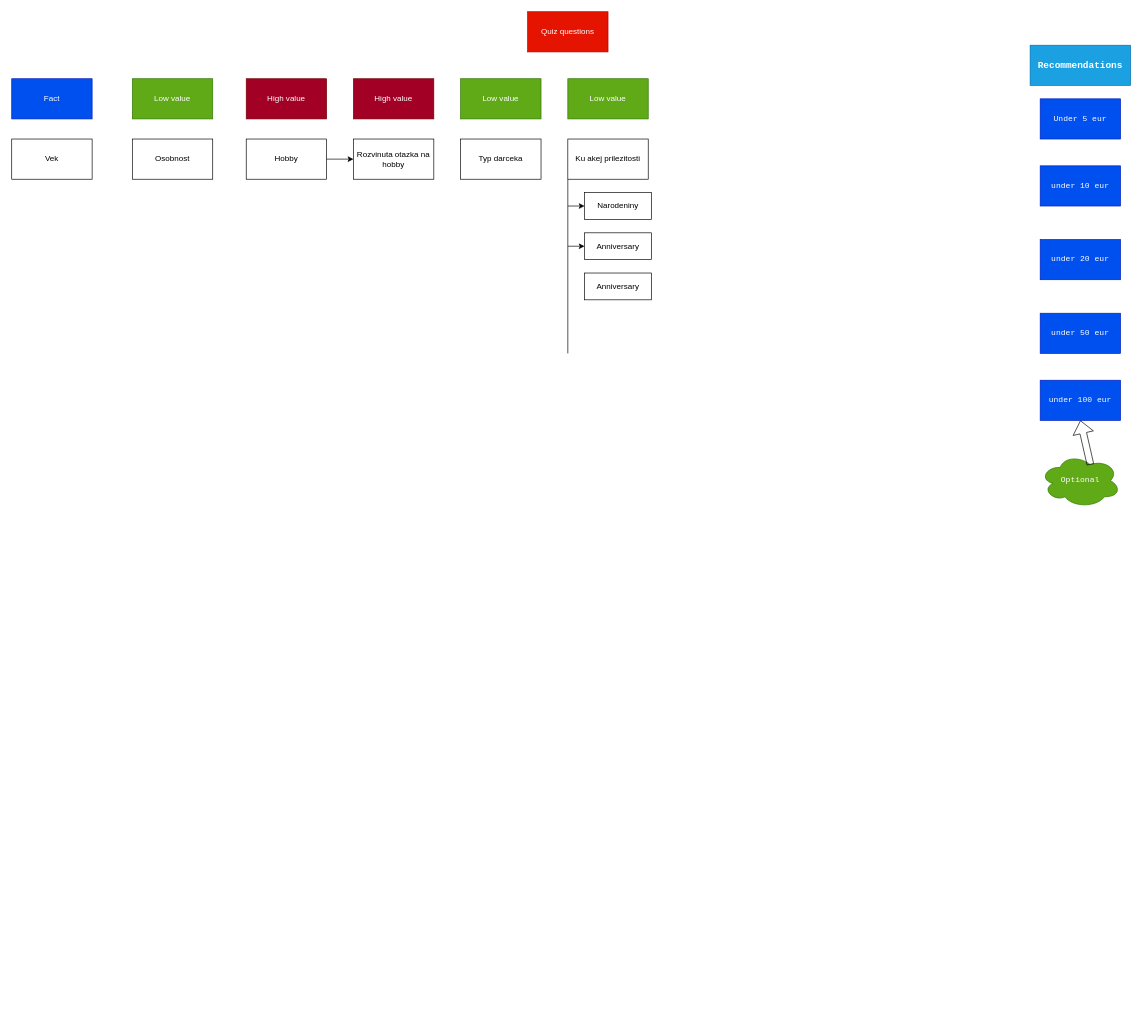
Earlier version of the draw.io diagram quiz-model.drawio (smravec/presents-finder). Source tidied: cells renumbered, new cells numbered last; positions are measured from the earlier drawing's top-left corner, leaving out a move shared by most shapes. Both pictures are drawn from the tidied source at 67%, with x=0, y=0 at pixel (11, 11).
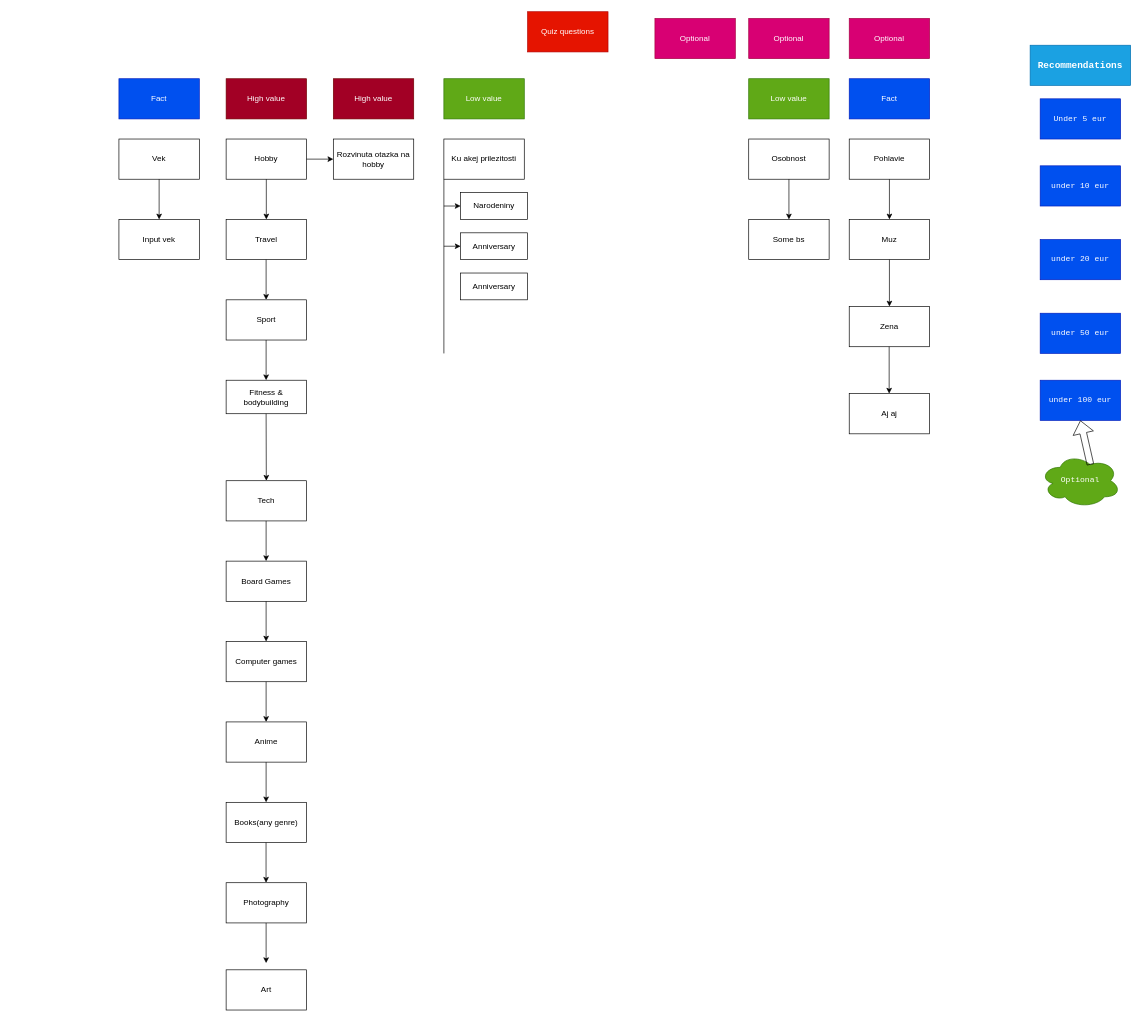
The same page after the edit.

The edit, as a diff of the source:
```diff
@@
     <mxCell id="11" value="Vek" style="rounded=0;whiteSpace=wrap;html=1;fontFamily=Helvetica;" parent="1" vertex="1">
-      <mxGeometry y="190" width="120" height="60" as="geometry" />
+      <mxGeometry x="160" y="190" width="120" height="60" as="geometry" />
     </mxCell>
     <mxCell id="12" value="Osobnost" style="rounded=0;whiteSpace=wrap;html=1;fontFamily=Helvetica;" parent="1" vertex="1">
-      <mxGeometry x="180" y="190" width="120" height="60" as="geometry" />
+      <mxGeometry x="1100" y="190" width="120" height="60" as="geometry" />
     </mxCell>
     <mxCell id="13" value="Hobby" style="rounded=0;whiteSpace=wrap;html=1;fontFamily=Helvetica;" parent="1" vertex="1">
-      <mxGeometry x="350" y="190" width="120" height="60" as="geometry" />
+      <mxGeometry x="320" y="190" width="120" height="60" as="geometry" />
     </mxCell>
     <mxCell id="14" value="Rozvinuta otazka na hobby" style="rounded=0;whiteSpace=wrap;html=1;fontFamily=Helvetica;" parent="1" vertex="1">
-      <mxGeometry x="510" y="190" width="120" height="60" as="geometry" />
+      <mxGeometry x="480" y="190" width="120" height="60" as="geometry" />
     </mxCell>
     <mxCell id="15" value="Fact" style="rounded=0;whiteSpace=wrap;html=1;fontFamily=Helvetica;fillColor=#0050ef;fontColor=#ffffff;strokeColor=#001DBC;" parent="1" vertex="1">
-      <mxGeometry y="100" width="120" height="60" as="geometry" />
+      <mxGeometry x="160" y="100" width="120" height="60" as="geometry" />
     </mxCell>
     <mxCell id="16" value="Low value" style="rounded=0;whiteSpace=wrap;html=1;fontFamily=Helvetica;fillColor=#60a917;fontColor=#ffffff;strokeColor=#2D7600;" parent="1" vertex="1">
-      <mxGeometry x="180" y="100" width="120" height="60" as="geometry" />
+      <mxGeometry x="1100" y="100" width="120" height="60" as="geometry" />
     </mxCell>
     <mxCell id="17" value="Ku akej prilezitosti" style="rounded=0;whiteSpace=wrap;html=1;fontFamily=Helvetica;" parent="1" vertex="1">
-      <mxGeometry x="830" y="190" width="120" height="60" as="geometry" />
+      <mxGeometry x="645" y="190" width="120" height="60" as="geometry" />
     </mxCell>
     <mxCell id="18" style="endArrow=none;html=1;fontFamily=Helvetica;entryX=0;entryY=1;entryDx=0;entryDy=0;" parent="1" edge="1" target="17">
       <mxGeometry relative="1" as="geometry">
-        <mxPoint x="830" y="390" as="sourcePoint" />
+        <mxPoint x="645" y="390" as="sourcePoint" />
       </mxGeometry>
     </mxCell>
     <mxCell id="19" style="endArrow=classic;html=1;fontFamily=Helvetica;" parent="1" edge="1">
       <mxGeometry relative="1" as="geometry">
-        <mxPoint x="830" y="290" as="sourcePoint" />
-        <mxPoint x="855" y="290" as="targetPoint" />
+        <mxPoint x="645" y="290" as="sourcePoint" />
+        <mxPoint x="670" y="290" as="targetPoint" />
       </mxGeometry>
     </mxCell>
     <mxCell id="20" value="Narodeniny" style="rounded=0;whiteSpace=wrap;html=1;fontFamily=Helvetica;" parent="1" vertex="1">
-      <mxGeometry x="855" y="270" width="100" height="40" as="geometry" />
+      <mxGeometry x="670" y="270" width="100" height="40" as="geometry" />
     </mxCell>
     <mxCell id="21" style="endArrow=classic;html=1;fontFamily=Helvetica;" parent="1" edge="1">
       <mxGeometry relative="1" as="geometry">
-        <mxPoint x="830" y="350" as="sourcePoint" />
-        <mxPoint x="855" y="350" as="targetPoint" />
+        <mxPoint x="645" y="350" as="sourcePoint" />
+        <mxPoint x="670" y="350" as="targetPoint" />
       </mxGeometry>
     </mxCell>
     <mxCell id="22" value="Anniversary" style="rounded=0;whiteSpace=wrap;html=1;fontFamily=Helvetica;" parent="1" vertex="1">
-      <mxGeometry x="855" y="330" width="100" height="40" as="geometry" />
+      <mxGeometry x="670" y="330" width="100" height="40" as="geometry" />
     </mxCell>
     <mxCell id="23" value="Anniversary" style="rounded=0;whiteSpace=wrap;html=1;fontFamily=Helvetica;" parent="1" vertex="1">
-      <mxGeometry x="855" y="390" width="100" height="40" as="geometry" />
+      <mxGeometry x="670" y="390" width="100" height="40" as="geometry" />
     </mxCell>
     <mxCell id="24" style="endArrow=none;html=1;fontFamily=Helvetica;" parent="1" edge="1">
       <mxGeometry relative="1" as="geometry">
-        <mxPoint x="830" y="510" as="sourcePoint" />
-        <mxPoint x="830" y="390" as="targetPoint" />
+        <mxPoint x="645" y="510" as="sourcePoint" />
+        <mxPoint x="645" y="390" as="targetPoint" />
       </mxGeometry>
     </mxCell>
-    <mxCell id="25" value="Typ darceka" style="rounded=0;whiteSpace=wrap;html=1;fontFamily=Helvetica;" parent="1" vertex="1">
-      <mxGeometry x="670" y="190" width="120" height="60" as="geometry" />
-    </mxCell>
@@
     <mxCell id="27" value="Low value" style="rounded=0;whiteSpace=wrap;html=1;fontFamily=Helvetica;fillColor=#60a917;fontColor=#ffffff;strokeColor=#2D7600;" parent="1" vertex="1">
-      <mxGeometry x="830" y="100" width="120" height="60" as="geometry" />
+      <mxGeometry x="645" y="100" width="120" height="60" as="geometry" />
     </mxCell>
-    <mxCell id="28" value="Low value" style="rounded=0;whiteSpace=wrap;html=1;fontFamily=Helvetica;fillColor=#60a917;fontColor=#ffffff;strokeColor=#2D7600;" parent="1" vertex="1">
-      <mxGeometry x="670" y="100" width="120" height="60" as="geometry" />
-    </mxCell>
     <mxCell id="29" value="High value" style="rounded=0;whiteSpace=wrap;html=1;fontFamily=Helvetica;fillColor=#a20025;fontColor=#ffffff;strokeColor=#6F0000;" parent="1" vertex="1">
-      <mxGeometry x="350" y="100" width="120" height="60" as="geometry" />
+      <mxGeometry x="320" y="100" width="120" height="60" as="geometry" />
     </mxCell>
     <mxCell id="30" value="High value" style="rounded=0;whiteSpace=wrap;html=1;fontFamily=Helvetica;fillColor=#a20025;fontColor=#ffffff;strokeColor=#6F0000;" parent="1" vertex="1">
-      <mxGeometry x="510" y="100" width="120" height="60" as="geometry" />
+      <mxGeometry x="480" y="100" width="120" height="60" as="geometry" />
     </mxCell>
+    <mxCell id="31" value="Pohlavie" style="rounded=0;whiteSpace=wrap;html=1;fontFamily=Helvetica;" parent="1" vertex="1">
+      <mxGeometry x="1250" y="190" width="120" height="60" as="geometry" />
+    </mxCell>
+    <mxCell id="32" value="Fact" style="rounded=0;whiteSpace=wrap;html=1;fontFamily=Helvetica;fillColor=#0050ef;fontColor=#ffffff;strokeColor=#001DBC;" parent="1" vertex="1">
+      <mxGeometry x="1250" y="100" width="120" height="60" as="geometry" />
+    </mxCell>
+    <mxCell id="33" style="endArrow=classic;html=1;fontFamily=Helvetica;exitX=0.5;exitY=1;exitDx=0;exitDy=0;" parent="1" edge="1" source="31">
+      <mxGeometry relative="1" as="geometry">
+        <mxPoint x="1310" y="310" as="targetPoint" />
+      </mxGeometry>
+    </mxCell>
+    <mxCell id="34" value="Muz" style="rounded=0;whiteSpace=wrap;html=1;fontFamily=Helvetica;" parent="1" vertex="1">
+      <mxGeometry x="1250" y="310" width="120" height="60" as="geometry" />
+    </mxCell>
+    <mxCell id="35" style="endArrow=classic;html=1;fontFamily=Helvetica;exitX=0.5;exitY=1;exitDx=0;exitDy=0;" parent="1" edge="1" source="34">
+      <mxGeometry relative="1" as="geometry">
+        <mxPoint x="1310" y="440" as="targetPoint" />
+      </mxGeometry>
+    </mxCell>
+    <mxCell id="36" value="Zena" style="rounded=0;whiteSpace=wrap;html=1;fontFamily=Helvetica;" parent="1" vertex="1">
+      <mxGeometry x="1250" y="440" width="120" height="60" as="geometry" />
+    </mxCell>
+    <mxCell id="37" style="endArrow=classic;html=1;fontFamily=Helvetica;exitX=0.5;exitY=1;exitDx=0;exitDy=0;" parent="1" edge="1">
+      <mxGeometry relative="1" as="geometry">
+        <mxPoint x="1309.6" y="500" as="sourcePoint" />
+        <mxPoint x="1309.6" y="570" as="targetPoint" />
+      </mxGeometry>
+    </mxCell>
+    <mxCell id="38" value="Aj aj" style="rounded=0;whiteSpace=wrap;html=1;fontFamily=Helvetica;" parent="1" vertex="1">
+      <mxGeometry x="1250" y="570" width="120" height="60" as="geometry" />
+    </mxCell>
+    <mxCell id="39" style="endArrow=classic;html=1;fontFamily=Helvetica;exitX=0.5;exitY=1;exitDx=0;exitDy=0;" parent="1" edge="1" source="11">
+      <mxGeometry relative="1" as="geometry">
+        <mxPoint x="220" y="310" as="targetPoint" />
+      </mxGeometry>
+    </mxCell>
+    <mxCell id="40" value="Input vek" style="rounded=0;whiteSpace=wrap;html=1;fontFamily=Helvetica;" parent="1" vertex="1">
+      <mxGeometry x="160" y="310" width="120" height="60" as="geometry" />
+    </mxCell>
+    <mxCell id="41" value="Some bs" style="rounded=0;whiteSpace=wrap;html=1;fontFamily=Helvetica;" parent="1" vertex="1">
+      <mxGeometry x="1100" y="310" width="120" height="60" as="geometry" />
+    </mxCell>
+    <mxCell id="42" style="endArrow=classic;html=1;fontFamily=Helvetica;exitX=0.5;exitY=1;exitDx=0;exitDy=0;entryX=0.5;entryY=0;entryDx=0;entryDy=0;" parent="1" edge="1" source="12" target="41">
+      <mxGeometry relative="1" as="geometry" />
+    </mxCell>
+    <mxCell id="43" value="Optional" style="rounded=0;whiteSpace=wrap;html=1;fontFamily=Helvetica;fillColor=#d80073;fontColor=#ffffff;strokeColor=#A50040;" parent="1" vertex="1">
+      <mxGeometry x="1100" y="10" width="120" height="60" as="geometry" />
+    </mxCell>
+    <mxCell id="44" value="Optional" style="rounded=0;whiteSpace=wrap;html=1;fontFamily=Helvetica;fillColor=#d80073;fontColor=#ffffff;strokeColor=#A50040;" parent="1" vertex="1">
+      <mxGeometry x="960" y="10" width="120" height="60" as="geometry" />
+    </mxCell>
+    <mxCell id="45" value="Optional" style="rounded=0;whiteSpace=wrap;html=1;fontFamily=Helvetica;fillColor=#d80073;fontColor=#ffffff;strokeColor=#A50040;" parent="1" vertex="1">
+      <mxGeometry x="1250" y="10" width="120" height="60" as="geometry" />
+    </mxCell>
+    <mxCell id="46" style="endArrow=classic;html=1;exitX=0.5;exitY=1;exitDx=0;exitDy=0;" parent="1" edge="1" source="13">
+      <mxGeometry relative="1" as="geometry">
+        <mxPoint x="380" y="310" as="targetPoint" />
+      </mxGeometry>
+    </mxCell>
+    <mxCell id="47" value="Travel" style="rounded=0;whiteSpace=wrap;html=1;" parent="1" vertex="1">
+      <mxGeometry x="320" y="310" width="120" height="60" as="geometry" />
+    </mxCell>
+    <mxCell id="48" style="endArrow=classic;html=1;exitX=0.5;exitY=1;exitDx=0;exitDy=0;" parent="1" edge="1">
+      <mxGeometry relative="1" as="geometry">
+        <mxPoint x="379.7" y="370" as="sourcePoint" />
+        <mxPoint x="379.7" y="430" as="targetPoint" />
+      </mxGeometry>
+    </mxCell>
+    <mxCell id="49" value="Sport" style="rounded=0;whiteSpace=wrap;html=1;" parent="1" vertex="1">
+      <mxGeometry x="320" y="430" width="120" height="60" as="geometry" />
+    </mxCell>
+    <mxCell id="50" style="endArrow=classic;html=1;exitX=0.5;exitY=1;exitDx=0;exitDy=0;" parent="1" edge="1">
+      <mxGeometry relative="1" as="geometry">
+        <mxPoint x="379.7" y="490" as="sourcePoint" />
+        <mxPoint x="379.7" y="550" as="targetPoint" />
+      </mxGeometry>
+    </mxCell>
+    <mxCell id="51" value="Tech" style="rounded=0;whiteSpace=wrap;html=1;" parent="1" vertex="1">
+      <mxGeometry x="320" y="700" width="120" height="60" as="geometry" />
+    </mxCell>
+    <mxCell id="52" style="endArrow=classic;html=1;exitX=0.5;exitY=1;exitDx=0;exitDy=0;" parent="1" edge="1">
+      <mxGeometry relative="1" as="geometry">
+        <mxPoint x="379.7" y="760" as="sourcePoint" />
+        <mxPoint x="379.7" y="820" as="targetPoint" />
+      </mxGeometry>
+    </mxCell>
+    <mxCell id="53" value="Board Games" style="rounded=0;whiteSpace=wrap;html=1;" parent="1" vertex="1">
+      <mxGeometry x="320" y="820" width="120" height="60" as="geometry" />
+    </mxCell>
+    <mxCell id="54" style="endArrow=classic;html=1;exitX=0.5;exitY=1;exitDx=0;exitDy=0;" parent="1" edge="1">
+      <mxGeometry relative="1" as="geometry">
+        <mxPoint x="379.7" y="880" as="sourcePoint" />
+        <mxPoint x="379.7" y="940" as="targetPoint" />
+      </mxGeometry>
+    </mxCell>
+    <mxCell id="55" value="Computer games" style="rounded=0;whiteSpace=wrap;html=1;" parent="1" vertex="1">
+      <mxGeometry x="320" y="940" width="120" height="60" as="geometry" />
+    </mxCell>
+    <mxCell id="56" value="Fitness &amp;amp; bodybuilding" style="rounded=0;whiteSpace=wrap;html=1;fontFamily=Helvetica;" parent="1" vertex="1">
+      <mxGeometry x="320" y="550" width="120" height="50" as="geometry" />
+    </mxCell>
+    <mxCell id="57" style="endArrow=classic;html=1;exitX=0.5;exitY=1;exitDx=0;exitDy=0;" parent="1" edge="1">
+      <mxGeometry relative="1" as="geometry">
+        <mxPoint x="379.7" y="1000" as="sourcePoint" />
+        <mxPoint x="379.7" y="1060" as="targetPoint" />
+      </mxGeometry>
+    </mxCell>
+    <mxCell id="58" value="Anime" style="rounded=0;whiteSpace=wrap;html=1;" parent="1" vertex="1">
+      <mxGeometry x="320" y="1060" width="120" height="60" as="geometry" />
+    </mxCell>
+    <mxCell id="59" style="endArrow=classic;html=1;exitX=0.5;exitY=1;exitDx=0;exitDy=0;" parent="1" edge="1">
+      <mxGeometry relative="1" as="geometry">
+        <mxPoint x="379.7" y="1120" as="sourcePoint" />
+        <mxPoint x="379.7" y="1180" as="targetPoint" />
+      </mxGeometry>
+    </mxCell>
+    <mxCell id="60" value="Books(any genre)" style="rounded=0;whiteSpace=wrap;html=1;" parent="1" vertex="1">
+      <mxGeometry x="320" y="1180" width="120" height="60" as="geometry" />
+    </mxCell>
+    <mxCell id="61" style="endArrow=classic;html=1;exitX=0.5;exitY=1;exitDx=0;exitDy=0;" parent="1" edge="1">
+      <mxGeometry relative="1" as="geometry">
+        <mxPoint x="379.6" y="1240" as="sourcePoint" />
+        <mxPoint x="379.6" y="1300" as="targetPoint" />
+      </mxGeometry>
+    </mxCell>
+    <mxCell id="62" value="Photography" style="rounded=0;whiteSpace=wrap;html=1;" parent="1" vertex="1">
+      <mxGeometry x="320" y="1300" width="120" height="60" as="geometry" />
+    </mxCell>
+    <mxCell id="63" style="endArrow=classic;html=1;exitX=0.5;exitY=1;exitDx=0;exitDy=0;" parent="1" edge="1">
+      <mxGeometry relative="1" as="geometry">
+        <mxPoint x="379.7" y="1360" as="sourcePoint" />
+        <mxPoint x="379.7" y="1420" as="targetPoint" />
+      </mxGeometry>
+    </mxCell>
+    <mxCell id="64" value="Art" style="rounded=0;whiteSpace=wrap;html=1;" parent="1" vertex="1">
+      <mxGeometry x="320" y="1430" width="120" height="60" as="geometry" />
+    </mxCell>
+    <mxCell id="65" style="endArrow=classic;html=1;exitX=0.5;exitY=1;exitDx=0;exitDy=0;entryX=0.5;entryY=0;entryDx=0;entryDy=0;" parent="1" edge="1" target="51">
+      <mxGeometry relative="1" as="geometry">
+        <mxPoint x="379.7" y="600" as="sourcePoint" />
+      </mxGeometry>
+    </mxCell>
```
